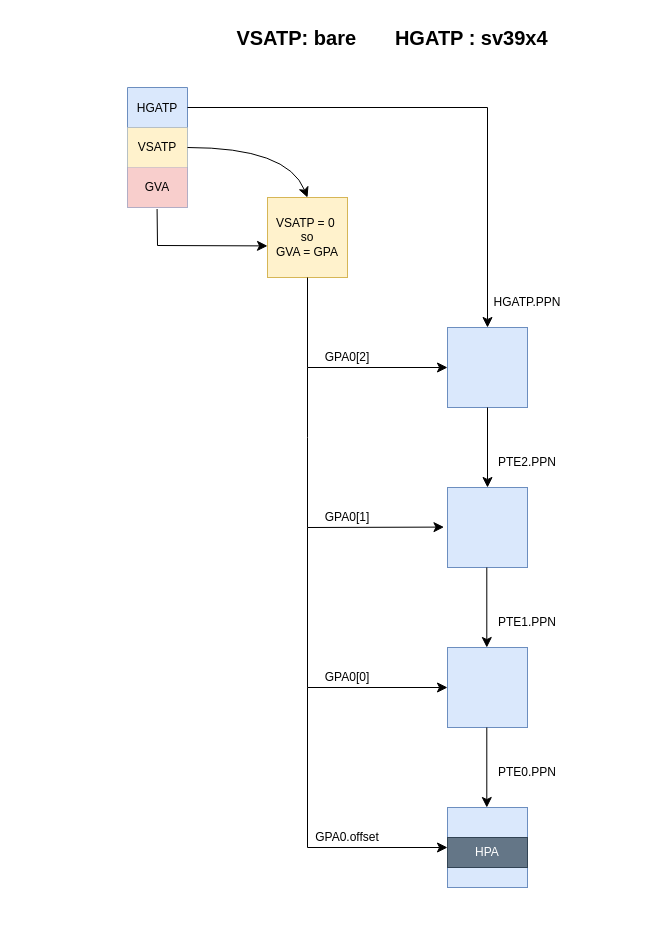
The draw.io diagram page "Page-3" (3 of 9) of vsatp_bare_hgatp_sv39x4.drawio in junaida32/AQLTech, before the edit. Source tidied: cells renumbered, new cells numbered last; positions are measured from the earlier drawing's top-left corner, leaving out a move shared by most shapes. Both pictures are drawn from the tidied source at 100%, with x=0, y=0 at pixel (127, 17).
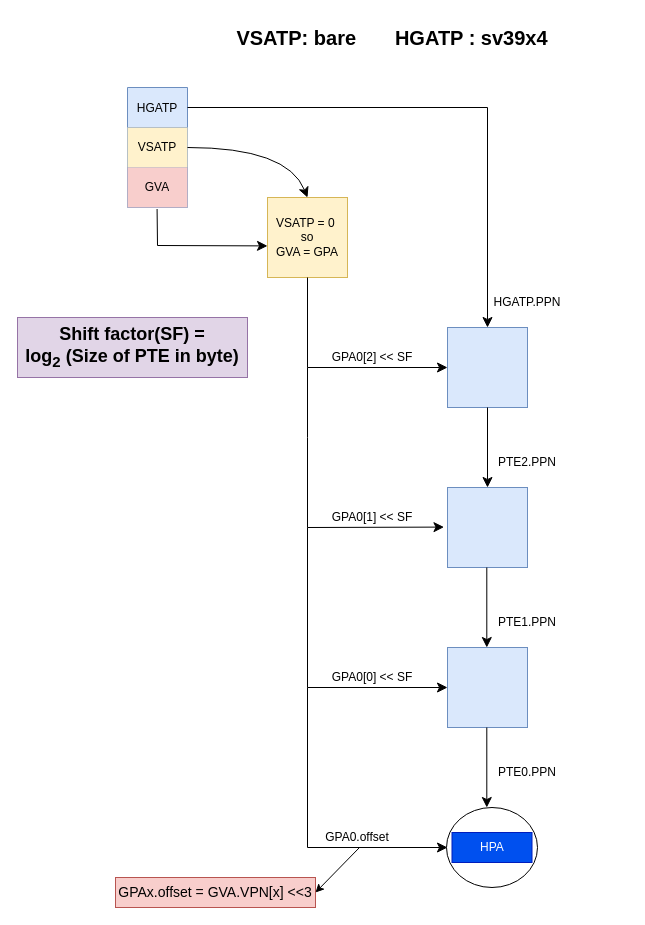
The same page after the edit.

The change refers to these unchanged cells:
```xml
<mxCell id="2" style="whiteSpace=wrap;html=1;fillColor=#dae8fc;strokeColor=#6c8ebf;" parent="1" vertex="1">
  <mxGeometry x="320" y="310" width="80" height="80" as="geometry" />
</mxCell>
<mxCell id="3" style="whiteSpace=wrap;html=1;fillColor=#dae8fc;strokeColor=#6c8ebf;" parent="1" vertex="1">
  <mxGeometry x="320" y="470" width="80" height="80" as="geometry" />
</mxCell>
<mxCell id="4" style="whiteSpace=wrap;html=1;fillColor=#dae8fc;strokeColor=#6c8ebf;" parent="1" vertex="1">
  <mxGeometry x="320" y="630" width="80" height="80" as="geometry" />
</mxCell>
<mxCell id="8" style="shape=tableRow;horizontal=0;startSize=0;swimlaneHead=0;swimlaneBody=0;strokeColor=inherit;top=0;left=0;bottom=0;right=0;fillColor=none;points=[[0,0.5],[1,0.5]];portConstraint=eastwest;" parent="5" vertex="1">
  <mxGeometry y="80" width="60" height="40" as="geometry" />
</mxCell>
```

What changed in the source:
```diff
@@
-    <mxCell id="12" style="endArrow=classic;html=1;rounded=0;fontSize=12;startSize=8;endSize=8;entryX=0.5;entryY=0;entryDx=0;entryDy=0;" parent="1" edge="1" target="2">
-      <mxGeometry relative="1" as="geometry">
-        <mxPoint x="60" y="90" as="sourcePoint" />
-        <Array as="points">
-          <mxPoint x="360" y="90" />
-        </Array>
-      </mxGeometry>
-    </mxCell>
+    <mxCell id="32" style="endArrow=classic;html=1;rounded=0;fontSize=12;startSize=8;endSize=8;entryX=0.5;entryY=0;entryDx=0;entryDy=0;" parent="1" edge="1" target="2">
+      <mxGeometry relative="1" as="geometry">
+        <mxPoint x="60" y="90" as="sourcePoint" />
+        <Array as="points">
+          <mxPoint x="360" y="90" />
+        </Array>
+      </mxGeometry>
+    </mxCell>
@@
-    <mxCell id="15" value="GPA0[2]" style="text;html=1;align=center;verticalAlign=middle;whiteSpace=wrap;rounded=0;" parent="1" vertex="1">
-      <mxGeometry x="190" y="330" width="60" height="20" as="geometry" />
-    </mxCell>
-    <mxCell id="16" style="endArrow=classic;html=1;rounded=0;fontSize=12;startSize=8;endSize=8;exitX=0.493;exitY=1.038;exitDx=0;exitDy=0;exitPerimeter=0;entryX=0;entryY=0.5;entryDx=0;entryDy=0;" parent="1" edge="1" source="8">
-      <mxGeometry relative="1" as="geometry">
-        <mxPoint x="140" y="228.4" as="targetPoint" />
-        <Array as="points">
-          <mxPoint x="30" y="228" />
-        </Array>
-      </mxGeometry>
-    </mxCell>
-    <mxCell id="17" style="endArrow=classic;html=1;rounded=0;fontSize=12;startSize=8;endSize=8;entryX=-0.044;entryY=0.495;entryDx=0;entryDy=0;entryPerimeter=0;" parent="1" edge="1" target="3">
-      <mxGeometry relative="1" as="geometry">
-        <mxPoint x="180" y="350" as="sourcePoint" />
-        <Array as="points">
-          <mxPoint x="180" y="420" />
-          <mxPoint x="180" y="510" />
-        </Array>
-      </mxGeometry>
-    </mxCell>
-    <mxCell id="18" value="GPA0[1]" style="text;html=1;align=center;verticalAlign=middle;whiteSpace=wrap;rounded=0;" parent="1" vertex="1">
-      <mxGeometry x="190" y="490" width="60" height="20" as="geometry" />
-    </mxCell>
-    <mxCell id="19" style="endArrow=classic;html=1;rounded=0;fontSize=12;startSize=8;endSize=8;entryX=0;entryY=0.5;entryDx=0;entryDy=0;" parent="1" edge="1" target="4">
-      <mxGeometry relative="1" as="geometry">
-        <mxPoint x="180" y="510" as="sourcePoint" />
-        <Array as="points">
-          <mxPoint x="180" y="670" />
-        </Array>
-      </mxGeometry>
-    </mxCell>
-    <mxCell id="20" value="GPA0[0]" style="text;html=1;align=center;verticalAlign=middle;whiteSpace=wrap;rounded=0;" parent="1" vertex="1">
-      <mxGeometry x="190" y="650" width="60" height="20" as="geometry" />
-    </mxCell>
+    <mxCell id="33" style="endArrow=classic;html=1;rounded=0;fontSize=12;startSize=8;endSize=8;exitX=0.493;exitY=1.038;exitDx=0;exitDy=0;exitPerimeter=0;entryX=0;entryY=0.5;entryDx=0;entryDy=0;" parent="1" edge="1" source="8">
+      <mxGeometry relative="1" as="geometry">
+        <mxPoint x="140" y="228.4" as="targetPoint" />
+        <Array as="points">
+          <mxPoint x="30" y="228" />
+        </Array>
+      </mxGeometry>
+    </mxCell>
+    <mxCell id="34" style="endArrow=classic;html=1;rounded=0;fontSize=12;startSize=8;endSize=8;entryX=-0.044;entryY=0.495;entryDx=0;entryDy=0;entryPerimeter=0;" parent="1" edge="1" target="3">
+      <mxGeometry relative="1" as="geometry">
+        <mxPoint x="180" y="350" as="sourcePoint" />
+        <Array as="points">
+          <mxPoint x="180" y="420" />
+          <mxPoint x="180" y="510" />
+        </Array>
+      </mxGeometry>
+    </mxCell>
+    <mxCell id="35" style="endArrow=classic;html=1;rounded=0;fontSize=12;startSize=8;endSize=8;entryX=0;entryY=0.5;entryDx=0;entryDy=0;" parent="1" edge="1" target="4">
+      <mxGeometry relative="1" as="geometry">
+        <mxPoint x="180" y="510" as="sourcePoint" />
+        <Array as="points">
+          <mxPoint x="180" y="670" />
+        </Array>
+      </mxGeometry>
+    </mxCell>
@@
-    <mxCell id="22" style="endArrow=classic;html=1;rounded=0;fontSize=12;startSize=8;endSize=8;exitX=0.5;exitY=1;exitDx=0;exitDy=0;entryX=0.5;entryY=0;entryDx=0;entryDy=0;" parent="1" edge="1">
-      <mxGeometry relative="1" as="geometry">
-        <mxPoint x="359.3" y="550" as="sourcePoint" />
-        <mxPoint x="359.3" y="630" as="targetPoint" />
-      </mxGeometry>
-    </mxCell>
+    <mxCell id="36" style="endArrow=classic;html=1;rounded=0;fontSize=12;startSize=8;endSize=8;exitX=0.5;exitY=1;exitDx=0;exitDy=0;entryX=0.5;entryY=0;entryDx=0;entryDy=0;" parent="1" edge="1">
+      <mxGeometry relative="1" as="geometry">
+        <mxPoint x="359.3" y="550" as="sourcePoint" />
+        <mxPoint x="359.3" y="630" as="targetPoint" />
+      </mxGeometry>
+    </mxCell>
@@
-    <mxCell id="25" style="whiteSpace=wrap;html=1;fillColor=#dae8fc;strokeColor=#6c8ebf;" parent="1" vertex="1">
-      <mxGeometry x="320" y="790" width="80" height="80" as="geometry" />
-    </mxCell>
-    <mxCell id="26" style="endArrow=classic;html=1;rounded=0;fontSize=12;startSize=8;endSize=8;exitX=0.5;exitY=1;exitDx=0;exitDy=0;entryX=0.5;entryY=0;entryDx=0;entryDy=0;" parent="1" edge="1">
-      <mxGeometry relative="1" as="geometry">
-        <mxPoint x="359.3" y="710" as="sourcePoint" />
-        <mxPoint x="359.3" y="790" as="targetPoint" />
-      </mxGeometry>
-    </mxCell>
+    <mxCell id="37" style="endArrow=classic;html=1;rounded=0;fontSize=12;startSize=8;endSize=8;exitX=0.5;exitY=1;exitDx=0;exitDy=0;entryX=0.5;entryY=0;entryDx=0;entryDy=0;" parent="1" edge="1">
+      <mxGeometry relative="1" as="geometry">
+        <mxPoint x="359.3" y="710" as="sourcePoint" />
+        <mxPoint x="359.3" y="790" as="targetPoint" />
+      </mxGeometry>
+    </mxCell>
@@
-    <mxCell id="28" style="endArrow=classic;html=1;rounded=0;fontSize=12;startSize=8;endSize=8;" parent="1" edge="1">
-      <mxGeometry relative="1" as="geometry">
-        <mxPoint x="180" y="670" as="sourcePoint" />
-        <mxPoint x="320" y="830" as="targetPoint" />
-        <Array as="points">
-          <mxPoint x="180" y="830" />
-        </Array>
-      </mxGeometry>
-    </mxCell>
+    <mxCell id="38" style="endArrow=classic;html=1;rounded=0;fontSize=12;startSize=8;endSize=8;" parent="1" edge="1">
+      <mxGeometry relative="1" as="geometry">
+        <mxPoint x="180" y="670" as="sourcePoint" />
+        <mxPoint x="320" y="830" as="targetPoint" />
+        <Array as="points">
+          <mxPoint x="180" y="830" />
+        </Array>
+      </mxGeometry>
+    </mxCell>
+    <mxCell id="31" value="&lt;b&gt;&lt;font style=&quot;font-size: 20px;&quot;&gt;VSATP: bare&amp;nbsp; &amp;nbsp; &amp;nbsp; &amp;nbsp;HGATP : sv39x4&lt;/font&gt;&lt;/b&gt;" style="text;html=1;align=center;verticalAlign=middle;whiteSpace=wrap;rounded=0;fontSize=16;" parent="1" vertex="1">
+      <mxGeometry x="30" width="470" height="40" as="geometry" />
+    </mxCell>
+    <mxCell id="39" value="GPA0[1]&amp;nbsp;&amp;lt;&amp;lt; SF" style="text;html=1;align=center;verticalAlign=middle;whiteSpace=wrap;rounded=0;" parent="1" vertex="1">
+      <mxGeometry x="200" y="490" width="90" height="20" as="geometry" />
+    </mxCell>
+    <mxCell id="40" value="GPA0[0]&amp;nbsp;&amp;lt;&amp;lt; SF" style="text;html=1;align=center;verticalAlign=middle;whiteSpace=wrap;rounded=0;" parent="1" vertex="1">
+      <mxGeometry x="200" y="650" width="90" height="20" as="geometry" />
+    </mxCell>
     <mxCell id="29" value="GPA0.offset" style="text;html=1;align=center;verticalAlign=middle;whiteSpace=wrap;rounded=0;" parent="1" vertex="1">
-      <mxGeometry x="190" y="810" width="60" height="20" as="geometry" />
+      <mxGeometry x="200" y="810" width="60" height="20" as="geometry" />
     </mxCell>
+    <mxCell id="41" value="GPA0[2]&amp;nbsp;&amp;lt;&amp;lt; SF" style="text;html=1;align=center;verticalAlign=middle;whiteSpace=wrap;rounded=0;" parent="1" vertex="1">
+      <mxGeometry x="200" y="330" width="90" height="20" as="geometry" />
+    </mxCell>
+    <mxCell id="42" value="&lt;font style=&quot;font-size: 14px;&quot;&gt;GPAx.offset = GVA.VPN[x] &amp;lt;&amp;lt;3&lt;/font&gt;" style="rounded=0;whiteSpace=wrap;html=1;fillColor=#f8cecc;strokeColor=#b85450;" parent="1" vertex="1">
+      <mxGeometry x="-12" y="860" width="200" height="30" as="geometry" />
+    </mxCell>
+    <mxCell id="43" style="endArrow=classic;html=1;rounded=0;exitX=0.25;exitY=1;exitDx=0;exitDy=0;entryX=1;entryY=0.5;entryDx=0;entryDy=0;" parent="1" edge="1" target="42">
+      <mxGeometry relative="1" as="geometry">
+        <mxPoint x="232" y="830" as="sourcePoint" />
+      </mxGeometry>
+    </mxCell>
+    <mxCell id="44" style="ellipse;whiteSpace=wrap;html=1;" parent="1" vertex="1">
+      <mxGeometry x="319" y="790" width="91" height="80" as="geometry" />
+    </mxCell>
-    <mxCell id="30" value="HPA" style="rounded=0;whiteSpace=wrap;html=1;fillColor=#647687;fontColor=#ffffff;strokeColor=#314354;" parent="1" vertex="1">
-      <mxGeometry x="320" y="820" width="80" height="30" as="geometry" />
+    <mxCell id="30" value="HPA" style="rounded=0;whiteSpace=wrap;html=1;fillColor=#0050ef;fontColor=#ffffff;strokeColor=#001DBC;" parent="1" vertex="1">
+      <mxGeometry x="324.5" y="815" width="80" height="30" as="geometry" />
     </mxCell>
-    <mxCell id="31" value="&lt;b&gt;&lt;font style=&quot;font-size: 20px;&quot;&gt;VSATP: bare&amp;nbsp; &amp;nbsp; &amp;nbsp; &amp;nbsp;HGATP : sv39x4&lt;/font&gt;&lt;/b&gt;" style="text;html=1;align=center;verticalAlign=middle;whiteSpace=wrap;rounded=0;fontSize=16;" parent="1" vertex="1">
-      <mxGeometry x="30" width="470" height="40" as="geometry" />
-    </mxCell>
+    <mxCell id="45" value="&lt;font style=&quot;font-size: 18px;&quot;&gt;&lt;b&gt;Shift factor(SF) = log&lt;sub&gt;2&lt;/sub&gt;&amp;nbsp;(Size of PTE in byte)&lt;/b&gt;&lt;/font&gt;" style="rounded=0;whiteSpace=wrap;html=1;fillColor=#e1d5e7;strokeColor=#9673a6;" parent="1" vertex="1">
+      <mxGeometry x="-110" y="300" width="230" height="60" as="geometry" />
+    </mxCell>
```
